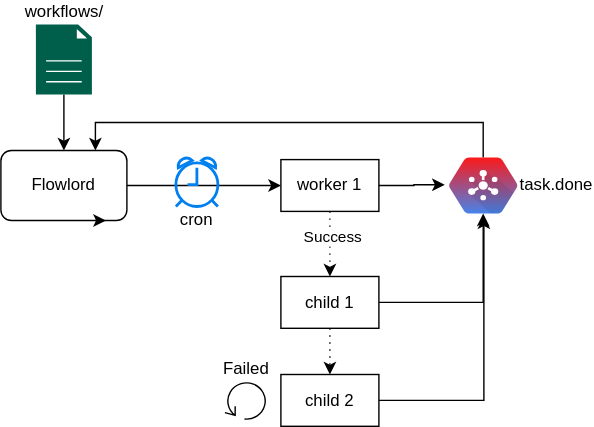
Above: apps/taskmasters/flowlord/flowlord.drawio.svg in pcelvng/task-tools (draw.io), before the change. Source tidied: cells renumbered, new cells last; positions are measured from the earlier drawing's top-left corner, leaving out a move shared by most shapes.
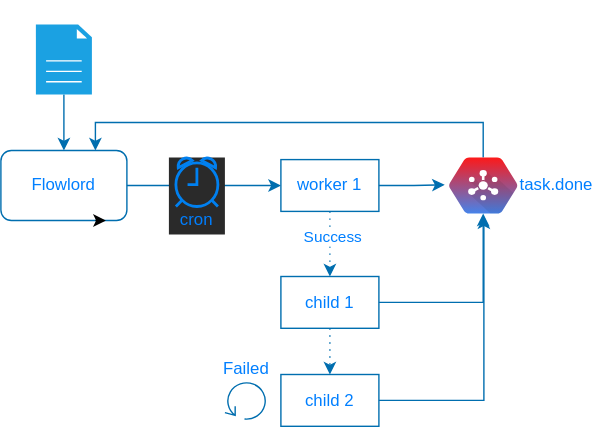
The same diagram one commit later.

Diff of the diagram source:
```diff
@@ -2,43 +2,43 @@
   <root>
     <mxCell id="0" />
     <mxCell id="1" parent="0" />
-    <mxCell id="2" style="edgeStyle=orthogonalEdgeStyle;rounded=0;jettySize=auto;html=1;entryX=0.5;entryY=0;entryDx=0;entryDy=0;" parent="1" edge="1" source="3" target="5">
+    <mxCell id="2" style="edgeStyle=orthogonalEdgeStyle;rounded=0;jettySize=auto;html=1;entryX=0.5;entryY=0;entryDx=0;entryDy=0;fillColor=#1ba1e2;strokeColor=#006EAF;" parent="1" edge="1" source="3" target="5">
       <mxGeometry relative="1" as="geometry" />
     </mxCell>
-    <mxCell id="3" value="workflows/" style="shadow=0;dashed=0;html=1;strokeColor=none;fillColor=#005F4B;labelPosition=center;verticalLabelPosition=top;verticalAlign=bottom;align=center;outlineConnect=0;shape=mxgraph.veeam2.file;" parent="1" vertex="1">
+    <mxCell id="3" value="workflows/" style="shadow=0;dashed=0;html=1;strokeColor=#006EAF;fillColor=#1ba1e2;labelPosition=center;verticalLabelPosition=top;verticalAlign=bottom;align=center;outlineConnect=0;shape=mxgraph.veeam2.file;fontColor=#ffffff;" parent="1" vertex="1">
       <mxGeometry x="25" width="40" height="50" as="geometry" />
     </mxCell>
-    <mxCell id="4" style="edgeStyle=orthogonalEdgeStyle;rounded=0;jettySize=auto;html=1;exitX=1;exitY=0.5;exitDx=0;exitDy=0;" parent="1" edge="1" source="5" target="13">
+    <mxCell id="4" style="edgeStyle=orthogonalEdgeStyle;rounded=0;jettySize=auto;html=1;exitX=1;exitY=0.5;exitDx=0;exitDy=0;fillColor=#1ba1e2;strokeColor=#006EAF;" parent="1" edge="1" source="5" target="13">
       <mxGeometry relative="1" as="geometry" />
     </mxCell>
-    <mxCell id="5" value="Flowlord" style="rounded=1;whiteSpace=wrap;html=1;" parent="1" vertex="1">
+    <mxCell id="5" value="Flowlord" style="rounded=1;whiteSpace=wrap;html=1;strokeColor=#006EAF;fillColor=none;fontColor=#007FFF;" parent="1" vertex="1">
       <mxGeometry y="90" width="90" height="50" as="geometry" />
     </mxCell>
     <mxCell id="6" style="edgeStyle=orthogonalEdgeStyle;rounded=0;orthogonalLoop=1;jettySize=auto;html=1;exitX=0.75;exitY=1;exitDx=0;exitDy=0;entryX=0.833;entryY=1;entryDx=0;entryDy=0;entryPerimeter=0;" parent="1" edge="1" source="5" target="5">
       <mxGeometry relative="1" as="geometry" />
     </mxCell>
-    <mxCell id="7" style="group;" parent="1" vertex="1">
+    <mxCell id="7" style="group;fontColor=#007FFF;fillColor=#2a2a2a;" parent="1" vertex="1">
       <mxGeometry x="120" y="95" width="40" height="55" as="geometry" />
     </mxCell>
     <mxCell id="8" style="html=1;verticalLabelPosition=bottom;align=center;labelBackgroundColor=#ffffff;verticalAlign=top;strokeWidth=2;strokeColor=#0080F0;shadow=0;dashed=0;shape=mxgraph.ios7.icons.alarm_clock;fillColor=none;" parent="7" vertex="1">
       <mxGeometry x="5" width="30" height="35" as="geometry" />
     </mxCell>
-    <mxCell id="9" value="cron" style="text;html=1;strokeColor=none;fillColor=none;align=center;verticalAlign=middle;whiteSpace=wrap;rounded=0;" parent="7" vertex="1">
+    <mxCell id="9" value="cron" style="text;html=1;strokeColor=none;fillColor=none;align=center;verticalAlign=middle;whiteSpace=wrap;rounded=0;fontColor=#007FFF;" parent="7" vertex="1">
       <mxGeometry y="35" width="40" height="20" as="geometry" />
     </mxCell>
-    <mxCell id="10" style="edgeStyle=orthogonalEdgeStyle;rounded=0;jettySize=auto;html=1;exitX=1;exitY=0.5;exitDx=0;exitDy=0;entryX=-0.061;entryY=0.488;entryDx=0;entryDy=0;entryPerimeter=0;" parent="1" edge="1" source="13" target="15">
+    <mxCell id="10" style="edgeStyle=orthogonalEdgeStyle;rounded=0;jettySize=auto;html=1;exitX=1;exitY=0.5;exitDx=0;exitDy=0;entryX=-0.061;entryY=0.488;entryDx=0;entryDy=0;entryPerimeter=0;fillColor=#1ba1e2;strokeColor=#006EAF;" parent="1" edge="1" source="13" target="15">
       <mxGeometry relative="1" as="geometry" />
     </mxCell>
-    <mxCell id="11" style="edgeStyle=orthogonalEdgeStyle;rounded=0;jettySize=auto;html=1;exitX=0.5;exitY=1;exitDx=0;exitDy=0;entryX=0.5;entryY=0;entryDx=0;entryDy=0;dashed=1;dashPattern=1 4;" parent="1" edge="1" source="13" target="18">
+    <mxCell id="11" style="edgeStyle=orthogonalEdgeStyle;rounded=0;jettySize=auto;html=1;exitX=0.5;exitY=1;exitDx=0;exitDy=0;entryX=0.5;entryY=0;entryDx=0;entryDy=0;dashed=1;dashPattern=1 4;fillColor=#1ba1e2;strokeColor=#006EAF;" parent="1" edge="1" source="13" target="18">
       <mxGeometry relative="1" as="geometry" />
     </mxCell>
-    <mxCell id="12" value="Success" style="edgeLabel;html=1;align=center;verticalAlign=middle;" parent="11" vertex="1">
+    <mxCell id="12" value="Success" style="edgeLabel;html=1;align=center;verticalAlign=middle;fontColor=#007FFF;" parent="11" vertex="1">
       <mxGeometry x="-0.25" y="1" relative="1" as="geometry" />
     </mxCell>
-    <mxCell id="13" value="worker 1" style="rounded=0;whiteSpace=wrap;html=1;fillColor=none;" parent="1" vertex="1">
+    <mxCell id="13" value="worker 1" style="rounded=0;whiteSpace=wrap;html=1;strokeColor=#006EAF;fillColor=none;fontColor=#007FFF;" parent="1" vertex="1">
       <mxGeometry x="200" y="96.5" width="70" height="37" as="geometry" />
     </mxCell>
-    <mxCell id="14" style="edgeStyle=orthogonalEdgeStyle;rounded=0;jettySize=auto;html=1;entryX=0.75;entryY=0;entryDx=0;entryDy=0;" parent="1" edge="1" source="15" target="5">
+    <mxCell id="14" style="edgeStyle=orthogonalEdgeStyle;rounded=0;jettySize=auto;html=1;entryX=0.75;entryY=0;entryDx=0;entryDy=0;fillColor=#1ba1e2;strokeColor=#006EAF;" parent="1" edge="1" source="15" target="5">
       <mxGeometry relative="1" as="geometry">
         <Array as="points">
           <mxPoint x="345" y="70" />
@@ -46,25 +46,25 @@
         </Array>
       </mxGeometry>
     </mxCell>
-    <mxCell id="15" value="task.done" style="shape=mxgraph.gcp.big_data.cloud_pubsub;html=1;fillColor=#FD1919;gradientColor=#4683EA;strokeColor=none;verticalLabelPosition=middle;verticalAlign=middle;align=left;labelPosition=right;textDirection=ltr;" parent="1" vertex="1">
+    <mxCell id="15" value="task.done" style="shape=mxgraph.gcp.big_data.cloud_pubsub;html=1;fillColor=#FD1919;gradientColor=#4683EA;strokeColor=none;verticalLabelPosition=middle;verticalAlign=middle;align=left;labelPosition=right;textDirection=ltr;fontColor=#007FFF;" parent="1" vertex="1">
       <mxGeometry x="320" y="95" width="49" height="40" as="geometry" />
     </mxCell>
-    <mxCell id="16" style="edgeStyle=orthogonalEdgeStyle;rounded=0;jettySize=auto;html=1;exitX=0.5;exitY=1;exitDx=0;exitDy=0;entryX=0.5;entryY=0;entryDx=0;entryDy=0;dashed=1;dashPattern=1 4;" parent="1" edge="1" source="18" target="20">
+    <mxCell id="16" style="edgeStyle=orthogonalEdgeStyle;rounded=0;jettySize=auto;html=1;exitX=0.5;exitY=1;exitDx=0;exitDy=0;entryX=0.5;entryY=0;entryDx=0;entryDy=0;dashed=1;dashPattern=1 4;fillColor=#1ba1e2;strokeColor=#006EAF;" parent="1" edge="1" source="18" target="20">
       <mxGeometry relative="1" as="geometry" />
     </mxCell>
-    <mxCell id="17" style="edgeStyle=orthogonalEdgeStyle;rounded=0;jettySize=auto;html=1;exitX=1;exitY=0.5;exitDx=0;exitDy=0;" parent="1" edge="1" source="18" target="15">
+    <mxCell id="17" style="edgeStyle=orthogonalEdgeStyle;rounded=0;jettySize=auto;html=1;exitX=1;exitY=0.5;exitDx=0;exitDy=0;fillColor=#1ba1e2;strokeColor=#006EAF;" parent="1" edge="1" source="18" target="15">
       <mxGeometry relative="1" as="geometry" />
     </mxCell>
-    <mxCell id="18" value="child 1" style="rounded=0;whiteSpace=wrap;html=1;fillColor=none;" parent="1" vertex="1">
+    <mxCell id="18" value="child 1" style="rounded=0;whiteSpace=wrap;html=1;strokeColor=#006EAF;fillColor=none;fontColor=#007FFF;" parent="1" vertex="1">
       <mxGeometry x="200" y="180" width="70" height="37" as="geometry" />
     </mxCell>
-    <mxCell id="19" style="edgeStyle=orthogonalEdgeStyle;rounded=0;jettySize=auto;html=1;entryX=0.51;entryY=1.05;entryDx=0;entryDy=0;entryPerimeter=0;" parent="1" edge="1" source="20" target="15">
+    <mxCell id="19" style="edgeStyle=orthogonalEdgeStyle;rounded=0;jettySize=auto;html=1;entryX=0.51;entryY=1.05;entryDx=0;entryDy=0;entryPerimeter=0;fillColor=#1ba1e2;strokeColor=#006EAF;" parent="1" edge="1" source="20" target="15">
       <mxGeometry relative="1" as="geometry" />
     </mxCell>
-    <mxCell id="20" value="child 2" style="rounded=0;whiteSpace=wrap;html=1;fillColor=none;" parent="1" vertex="1">
+    <mxCell id="20" value="child 2" style="rounded=0;whiteSpace=wrap;html=1;strokeColor=#006EAF;fillColor=none;fontColor=#007FFF;" parent="1" vertex="1">
       <mxGeometry x="200" y="250" width="70" height="37" as="geometry" />
     </mxCell>
-    <mxCell id="21" value="Failed" style="shape=mxgraph.bpmn.loop;html=1;fillColor=none;align=center;labelPosition=center;verticalLabelPosition=top;verticalAlign=bottom;" parent="1" vertex="1">
+    <mxCell id="21" value="Failed" style="shape=mxgraph.bpmn.loop;html=1;fillColor=#1ba1e2;align=center;labelPosition=center;verticalLabelPosition=top;verticalAlign=bottom;strokeColor=#006EAF;fontColor=#007FFF;" parent="1" vertex="1">
       <mxGeometry x="160" y="254.5" width="30" height="28" as="geometry" />
     </mxCell>
   </root>
```
